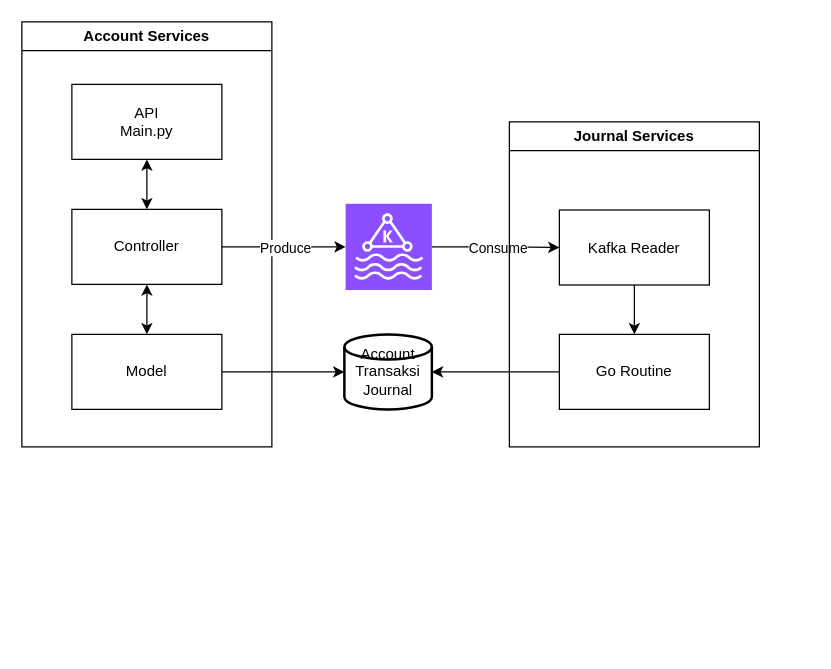
This is asset/architecture.drawio from AndiAlifs/ISI-BackendAssesment-Q2-2024-Andi, a draw.io file, before an edit. Source tidied: cells renumbered, new cells numbered last; positions are measured from the earlier drawing's top-left corner, leaving out a move shared by most shapes. Both pictures are drawn from the tidied source at 125%, with x=0, y=0 at pixel (21, 21).
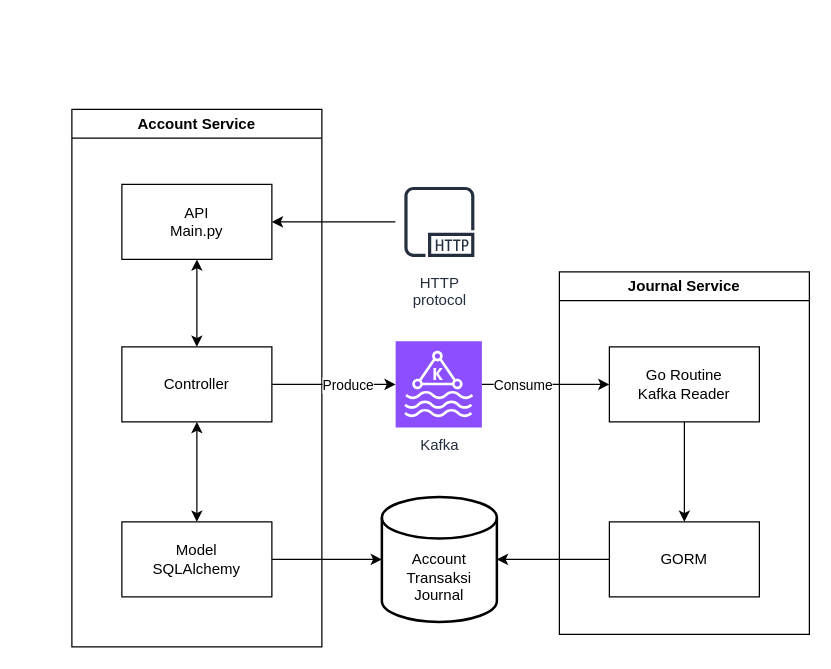
The same diagram, later.

Unchanged cells that the change refers to:
```xml
<mxCell id="9" style="edgeStyle=orthogonalEdgeStyle;rounded=0;jettySize=auto;html=1;" parent="1" edge="1" source="11" target="17">
  <mxGeometry relative="1" as="geometry" />
</mxCell>
<mxCell id="12" style="edgeStyle=orthogonalEdgeStyle;rounded=0;jettySize=auto;html=1;entryX=0;entryY=0.5;entryDx=0;entryDy=0;entryPerimeter=0;" parent="1" edge="1" source="5" target="11">
  <mxGeometry relative="1" as="geometry" />
</mxCell>
```

The edit, as a diff of the source:
```diff
@@
-    <mxCell id="2" value="Account Services" style="swimlane;whiteSpace=wrap;html=1;" parent="1" vertex="1">
-      <mxGeometry width="200" height="340" as="geometry" />
+    <mxCell id="2" value="Account Service" style="swimlane;whiteSpace=wrap;html=1;" parent="1" vertex="1">
+      <mxGeometry x="40" y="70" width="200" height="430" as="geometry" />
     </mxCell>
@@
     <mxCell id="4" value="API&lt;br&gt;Main.py" style="rounded=0;whiteSpace=wrap;html=1;" parent="2" vertex="1">
-      <mxGeometry x="40" y="50" width="120" height="60" as="geometry" />
+      <mxGeometry x="40" y="60" width="120" height="60" as="geometry" />
     </mxCell>
     <mxCell id="5" value="Controller" style="rounded=0;whiteSpace=wrap;html=1;" parent="2" vertex="1">
-      <mxGeometry x="40" y="150" width="120" height="60" as="geometry" />
+      <mxGeometry x="40" y="190" width="120" height="60" as="geometry" />
     </mxCell>
-    <mxCell id="6" value="Model" style="rounded=0;whiteSpace=wrap;html=1;" parent="2" vertex="1">
-      <mxGeometry x="40" y="250" width="120" height="60" as="geometry" />
+    <mxCell id="6" value="Model&lt;br&gt;SQLAlchemy" style="rounded=0;whiteSpace=wrap;html=1;" parent="2" vertex="1">
+      <mxGeometry x="40" y="330" width="120" height="60" as="geometry" />
     </mxCell>
@@
-    <mxCell id="8" value="Account&lt;br&gt;Transaksi&lt;br&gt;Journal" style="strokeWidth=2;html=1;shape=mxgraph.flowchart.database;whiteSpace=wrap;" parent="1" vertex="1">
-      <mxGeometry x="258" y="250" width="70" height="60" as="geometry" />
+    <mxCell id="8" value="&lt;br&gt;&lt;br&gt;Account&lt;br&gt;Transaksi&lt;br&gt;Journal" style="strokeWidth=2;html=1;shape=mxgraph.flowchart.database;whiteSpace=wrap;" parent="1" vertex="1">
+      <mxGeometry x="288" y="380" width="92" height="100" as="geometry" />
     </mxCell>
@@
     <mxCell id="10" value="Consume" style="edgeLabel;html=1;align=center;verticalAlign=middle;" parent="9" vertex="1">
       <mxGeometry x="-0.33" y="2" relative="1" as="geometry">
-        <mxPoint x="18" y="2" as="offset" />
+        <mxPoint x="-2" y="2" as="offset" />
       </mxGeometry>
     </mxCell>
-    <mxCell id="11" style="sketch=0;points=[[0,0,0],[0.25,0,0],[0.5,0,0],[0.75,0,0],[1,0,0],[0,1,0],[0.25,1,0],[0.5,1,0],[0.75,1,0],[1,1,0],[0,0.25,0],[0,0.5,0],[0,0.75,0],[1,0.25,0],[1,0.5,0],[1,0.75,0]];outlineConnect=0;fontColor=#232F3E;fillColor=#8C4FFF;strokeColor=#ffffff;dashed=0;verticalLabelPosition=bottom;verticalAlign=top;align=center;html=1;fontSize=12;fontStyle=0;shape=mxgraph.aws4.resourceIcon;resIcon=mxgraph.aws4.managed_streaming_for_kafka;" parent="1" vertex="1">
-      <mxGeometry x="259" y="145.5" width="69" height="69" as="geometry" />
+    <mxCell id="11" value="Kafka" style="sketch=0;points=[[0,0,0],[0.25,0,0],[0.5,0,0],[0.75,0,0],[1,0,0],[0,1,0],[0.25,1,0],[0.5,1,0],[0.75,1,0],[1,1,0],[0,0.25,0],[0,0.5,0],[0,0.75,0],[1,0.25,0],[1,0.5,0],[1,0.75,0]];outlineConnect=0;fontColor=#232F3E;fillColor=#8C4FFF;strokeColor=#ffffff;dashed=0;verticalLabelPosition=bottom;verticalAlign=top;align=center;html=1;fontSize=12;fontStyle=0;shape=mxgraph.aws4.resourceIcon;resIcon=mxgraph.aws4.managed_streaming_for_kafka;" parent="1" vertex="1">
+      <mxGeometry x="299" y="255.5" width="69" height="69" as="geometry" />
     </mxCell>
@@
     <mxCell id="13" value="Produce" style="edgeLabel;html=1;align=center;verticalAlign=middle;" parent="12" vertex="1">
       <mxGeometry x="0.27" y="-2" relative="1" as="geometry">
-        <mxPoint x="-13" y="-2" as="offset" />
+        <mxPoint x="-3" y="-2" as="offset" />
       </mxGeometry>
     </mxCell>
@@
-    <mxCell id="15" value="Journal Services" style="swimlane;whiteSpace=wrap;html=1;" parent="1" vertex="1">
-      <mxGeometry x="390" y="80" width="200" height="260" as="geometry" />
+    <mxCell id="15" value="Journal Service" style="swimlane;whiteSpace=wrap;html=1;" parent="1" vertex="1">
+      <mxGeometry x="430" y="200" width="200" height="290" as="geometry" />
     </mxCell>
@@
-    <mxCell id="17" value="Kafka Reader" style="rounded=0;whiteSpace=wrap;html=1;" parent="15" vertex="1">
-      <mxGeometry x="40" y="70.5" width="120" height="60" as="geometry" />
+    <mxCell id="17" value="Go Routine&lt;br&gt;Kafka Reader" style="rounded=0;whiteSpace=wrap;html=1;" parent="15" vertex="1">
+      <mxGeometry x="40" y="60" width="120" height="60" as="geometry" />
     </mxCell>
-    <mxCell id="18" value="Go Routine" style="rounded=0;whiteSpace=wrap;html=1;" parent="15" vertex="1">
-      <mxGeometry x="40" y="170" width="120" height="60" as="geometry" />
+    <mxCell id="18" value="GORM" style="rounded=0;whiteSpace=wrap;html=1;" parent="15" vertex="1">
+      <mxGeometry x="40" y="200" width="120" height="60" as="geometry" />
     </mxCell>
@@
+    <mxCell id="20" style="edgeStyle=orthogonalEdgeStyle;rounded=0;jettySize=auto;html=1;" parent="1" edge="1" source="21" target="4">
+      <mxGeometry relative="1" as="geometry" />
+    </mxCell>
+    <mxCell id="21" value="HTTP&#10;protocol" style="sketch=0;outlineConnect=0;fontColor=#232F3E;gradientColor=none;strokeColor=#232F3E;fillColor=#ffffff;dashed=0;verticalLabelPosition=bottom;verticalAlign=top;align=center;html=1;fontSize=12;fontStyle=0;shape=mxgraph.aws4.resourceIcon;resIcon=mxgraph.aws4.http_protocol;" parent="1" vertex="1">
+      <mxGeometry x="299" y="125" width="70" height="70" as="geometry" />
+    </mxCell>
```
